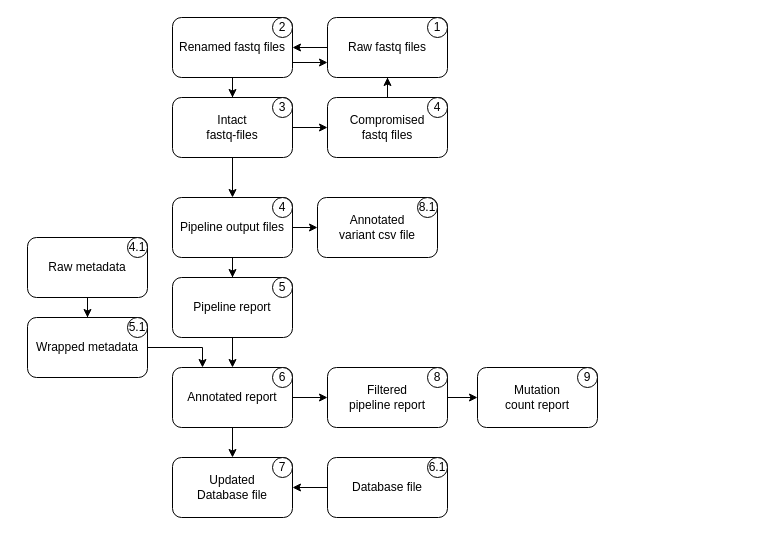
Above: subscripts/Untitled Diagram.drawio in NMRL/NMRL_SARS-CoV2_Inhouse_pipeline (draw.io), before the change. Source tidied: cells renumbered, new cells numbered last; positions are measured from the earlier drawing's top-left corner, leaving out a move shared by most shapes. Both pictures are drawn from the tidied source at 100%, with x=0, y=0 at pixel (27, 17).
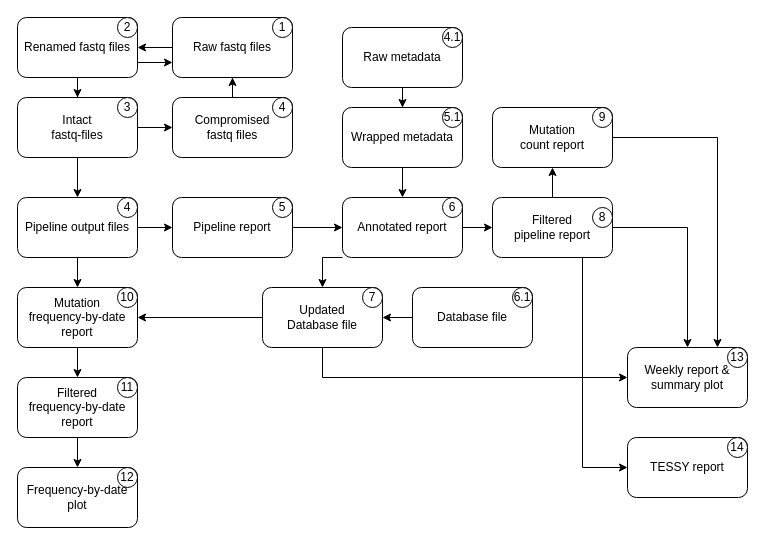
The same page after the edit.

The edit, as a diff of the source:
```diff
@@
     <mxCell id="3" value="Pipeline report" style="rounded=1;whiteSpace=wrap;html=1;" parent="1" vertex="1">
-      <mxGeometry x="145" y="260" width="120" height="60" as="geometry" />
+      <mxGeometry x="145" y="180" width="120" height="60" as="geometry" />
     </mxCell>
@@
     <mxCell id="5" value="Raw metadata" style="rounded=1;whiteSpace=wrap;html=1;" parent="1" vertex="1">
-      <mxGeometry y="220" width="120" height="60" as="geometry" />
+      <mxGeometry x="315" y="10" width="120" height="60" as="geometry" />
     </mxCell>
-    <mxCell id="6" style="edgeStyle=orthogonalEdgeStyle;rounded=0;jettySize=auto;html=1;exitX=1;exitY=0.5;exitDx=0;exitDy=0;entryX=0.25;entryY=0;entryDx=0;entryDy=0;" parent="1" edge="1" source="7" target="13">
+    <mxCell id="6" style="edgeStyle=orthogonalEdgeStyle;rounded=0;jettySize=auto;html=1;" parent="1" edge="1" source="7" target="13">
       <mxGeometry relative="1" as="geometry" />
     </mxCell>
     <mxCell id="7" value="Wrapped metadata" style="rounded=1;whiteSpace=wrap;html=1;" parent="1" vertex="1">
-      <mxGeometry y="300" width="120" height="60" as="geometry" />
+      <mxGeometry x="315" y="90" width="120" height="60" as="geometry" />
     </mxCell>
@@
-    <mxCell id="9" style="edgeStyle=orthogonalEdgeStyle;rounded=0;jettySize=auto;html=1;" parent="1" edge="1" source="10" target="43">
-      <mxGeometry relative="1" as="geometry" />
-    </mxCell>
+    <mxCell id="45" style="edgeStyle=orthogonalEdgeStyle;rounded=0;jettySize=auto;html=1;" parent="1" edge="1" source="10" target="52">
+      <mxGeometry relative="1" as="geometry" />
+    </mxCell>
     <mxCell id="10" value="Pipeline output files" style="rounded=1;whiteSpace=wrap;html=1;" parent="1" vertex="1">
-      <mxGeometry x="145" y="180" width="120" height="60" as="geometry" />
+      <mxGeometry x="-10" y="180" width="120" height="60" as="geometry" />
     </mxCell>
+    <mxCell id="12" style="edgeStyle=orthogonalEdgeStyle;rounded=0;jettySize=auto;html=1;" parent="1" edge="1" source="13" target="39">
+      <mxGeometry relative="1" as="geometry" />
+    </mxCell>
-    <mxCell id="11" style="edgeStyle=orthogonalEdgeStyle;rounded=0;jettySize=auto;html=1;" parent="1" edge="1" source="13" target="16">
+    <mxCell id="11" style="edgeStyle=orthogonalEdgeStyle;rounded=0;jettySize=auto;html=1;exitX=0;exitY=1;exitDx=0;exitDy=0;entryX=0.5;entryY=0;entryDx=0;entryDy=0;" parent="1" edge="1" source="13" target="16">
       <mxGeometry relative="1" as="geometry" />
     </mxCell>
-    <mxCell id="12" style="edgeStyle=orthogonalEdgeStyle;rounded=0;jettySize=auto;html=1;" parent="1" edge="1" source="13" target="39">
-      <mxGeometry relative="1" as="geometry" />
-    </mxCell>
     <mxCell id="13" value="Annotated report" style="whiteSpace=wrap;html=1;rounded=1;" parent="1" vertex="1">
-      <mxGeometry x="145" y="350" width="120" height="60" as="geometry" />
+      <mxGeometry x="315" y="180" width="120" height="60" as="geometry" />
     </mxCell>
-    <mxCell id="14" style="edgeStyle=orthogonalEdgeStyle;rounded=0;jettySize=auto;html=1;" parent="1" edge="1" source="15" target="16">
+    <mxCell id="14" style="edgeStyle=orthogonalEdgeStyle;rounded=0;jettySize=auto;html=1;entryX=1;entryY=0.5;entryDx=0;entryDy=0;" parent="1" edge="1" source="15" target="16">
       <mxGeometry relative="1" as="geometry" />
     </mxCell>
     <mxCell id="15" value="Database file" style="whiteSpace=wrap;html=1;rounded=1;" parent="1" vertex="1">
-      <mxGeometry x="300" y="440" width="120" height="60" as="geometry" />
+      <mxGeometry x="385" y="270" width="120" height="60" as="geometry" />
     </mxCell>
+    <mxCell id="46" style="edgeStyle=orthogonalEdgeStyle;rounded=0;jettySize=auto;html=1;entryX=1;entryY=0.5;entryDx=0;entryDy=0;" parent="1" edge="1" source="16" target="52">
+      <mxGeometry relative="1" as="geometry" />
+    </mxCell>
+    <mxCell id="47" style="edgeStyle=orthogonalEdgeStyle;rounded=0;jettySize=auto;html=1;exitX=0.5;exitY=1;exitDx=0;exitDy=0;entryX=0;entryY=0.5;entryDx=0;entryDy=0;" parent="1" edge="1" source="16" target="59">
+      <mxGeometry relative="1" as="geometry" />
+    </mxCell>
     <mxCell id="16" value="&lt;div&gt;Updated &lt;br&gt;&lt;/div&gt;&lt;div&gt;Database file&lt;/div&gt;" style="whiteSpace=wrap;html=1;rounded=1;" parent="1" vertex="1">
-      <mxGeometry x="145" y="440" width="120" height="60" as="geometry" />
+      <mxGeometry x="235" y="270" width="120" height="60" as="geometry" />
     </mxCell>
@@
     <mxCell id="19" value="Renamed fastq files" style="rounded=1;whiteSpace=wrap;html=1;" parent="1" vertex="1">
-      <mxGeometry x="145" width="120" height="60" as="geometry" />
+      <mxGeometry x="-10" width="120" height="60" as="geometry" />
     </mxCell>
@@
     <mxCell id="21" value="Raw fastq files" style="rounded=1;whiteSpace=wrap;html=1;" parent="1" vertex="1">
-      <mxGeometry x="300" width="120" height="60" as="geometry" />
+      <mxGeometry x="145" width="120" height="60" as="geometry" />
     </mxCell>
@@
     <mxCell id="24" value="Intact&lt;br&gt; fastq-files" style="rounded=1;whiteSpace=wrap;html=1;" parent="1" vertex="1">
-      <mxGeometry x="145" y="80" width="120" height="60" as="geometry" />
+      <mxGeometry x="-10" y="80" width="120" height="60" as="geometry" />
     </mxCell>
@@
     <mxCell id="26" value="&lt;div&gt;Compromised &lt;br&gt;&lt;/div&gt;&lt;div&gt;fastq files&lt;/div&gt;" style="rounded=1;whiteSpace=wrap;html=1;" parent="1" vertex="1">
-      <mxGeometry x="300" y="80" width="120" height="60" as="geometry" />
+      <mxGeometry x="145" y="80" width="120" height="60" as="geometry" />
     </mxCell>
     <mxCell id="27" value="1" style="ellipse;whiteSpace=wrap;html=1;" parent="1" vertex="1">
-      <mxGeometry x="400" width="20" height="20" as="geometry" />
+      <mxGeometry x="245" width="20" height="20" as="geometry" />
     </mxCell>
     <mxCell id="28" value="2" style="ellipse;whiteSpace=wrap;html=1;" parent="1" vertex="1">
-      <mxGeometry x="245" width="20" height="20" as="geometry" />
+      <mxGeometry x="90" width="20" height="20" as="geometry" />
     </mxCell>
     <mxCell id="29" value="4" style="ellipse;whiteSpace=wrap;html=1;" parent="1" vertex="1">
-      <mxGeometry x="400" y="80" width="20" height="20" as="geometry" />
+      <mxGeometry x="245" y="80" width="20" height="20" as="geometry" />
     </mxCell>
     <mxCell id="30" value="3" style="ellipse;whiteSpace=wrap;html=1;" parent="1" vertex="1">
-      <mxGeometry x="245" y="80" width="20" height="20" as="geometry" />
+      <mxGeometry x="90" y="80" width="20" height="20" as="geometry" />
     </mxCell>
     <mxCell id="31" value="4" style="ellipse;whiteSpace=wrap;html=1;" parent="1" vertex="1">
-      <mxGeometry x="245" y="180" width="20" height="20" as="geometry" />
+      <mxGeometry x="90" y="180" width="20" height="20" as="geometry" />
     </mxCell>
     <mxCell id="32" value="5" style="ellipse;whiteSpace=wrap;html=1;" parent="1" vertex="1">
-      <mxGeometry x="245" y="260" width="20" height="20" as="geometry" />
+      <mxGeometry x="245" y="180" width="20" height="20" as="geometry" />
     </mxCell>
     <mxCell id="33" value="6" style="ellipse;whiteSpace=wrap;html=1;" parent="1" vertex="1">
-      <mxGeometry x="245" y="350" width="20" height="20" as="geometry" />
+      <mxGeometry x="415" y="180" width="20" height="20" as="geometry" />
     </mxCell>
     <mxCell id="34" value="6.1" style="ellipse;whiteSpace=wrap;html=1;" parent="1" vertex="1">
-      <mxGeometry x="400" y="440" width="20" height="20" as="geometry" />
+      <mxGeometry x="485" y="270" width="20" height="20" as="geometry" />
     </mxCell>
     <mxCell id="35" value="&lt;div&gt;4.1&lt;/div&gt;" style="ellipse;whiteSpace=wrap;html=1;" parent="1" vertex="1">
-      <mxGeometry x="100" y="220" width="20" height="20" as="geometry" />
+      <mxGeometry x="415" y="10" width="20" height="20" as="geometry" />
     </mxCell>
     <mxCell id="36" value="5.1" style="ellipse;whiteSpace=wrap;html=1;" parent="1" vertex="1">
-      <mxGeometry x="100" y="300" width="20" height="20" as="geometry" />
+      <mxGeometry x="415" y="90" width="20" height="20" as="geometry" />
     </mxCell>
     <mxCell id="37" value="7" style="ellipse;whiteSpace=wrap;html=1;" parent="1" vertex="1">
-      <mxGeometry x="245" y="440" width="20" height="20" as="geometry" />
+      <mxGeometry x="335" y="270" width="20" height="20" as="geometry" />
     </mxCell>
@@
+    <mxCell id="48" style="edgeStyle=orthogonalEdgeStyle;rounded=0;jettySize=auto;html=1;exitX=1;exitY=0.5;exitDx=0;exitDy=0;entryX=0.5;entryY=0;entryDx=0;entryDy=0;" parent="1" edge="1" source="39" target="59">
+      <mxGeometry relative="1" as="geometry" />
+    </mxCell>
+    <mxCell id="49" style="edgeStyle=orthogonalEdgeStyle;rounded=0;jettySize=auto;html=1;exitX=0.75;exitY=1;exitDx=0;exitDy=0;entryX=0;entryY=0.5;entryDx=0;entryDy=0;" parent="1" edge="1" source="39" target="61">
+      <mxGeometry relative="1" as="geometry" />
+    </mxCell>
     <mxCell id="39" value="&lt;div&gt;Filtered&lt;/div&gt;&lt;div&gt;pipeline report&lt;br&gt;&lt;/div&gt;" style="rounded=1;whiteSpace=wrap;html=1;" parent="1" vertex="1">
-      <mxGeometry x="300" y="350" width="120" height="60" as="geometry" />
+      <mxGeometry x="465" y="180" width="120" height="60" as="geometry" />
     </mxCell>
     <mxCell id="40" value="8" style="ellipse;whiteSpace=wrap;html=1;" parent="1" vertex="1">
-      <mxGeometry x="400" y="350" width="20" height="20" as="geometry" />
+      <mxGeometry x="565" y="190" width="20" height="20" as="geometry" />
     </mxCell>
+    <mxCell id="50" style="edgeStyle=orthogonalEdgeStyle;rounded=0;jettySize=auto;html=1;exitX=1;exitY=0.5;exitDx=0;exitDy=0;entryX=0.75;entryY=0;entryDx=0;entryDy=0;" parent="1" edge="1" source="41" target="59">
+      <mxGeometry relative="1" as="geometry" />
+    </mxCell>
     <mxCell id="41" value="Mutation&lt;br&gt;count report" style="rounded=1;whiteSpace=wrap;html=1;" parent="1" vertex="1">
-      <mxGeometry x="450" y="350" width="120" height="60" as="geometry" />
+      <mxGeometry x="465" y="90" width="120" height="60" as="geometry" />
     </mxCell>
     <mxCell id="42" value="9" style="ellipse;whiteSpace=wrap;html=1;" parent="1" vertex="1">
-      <mxGeometry x="550" y="350" width="20" height="20" as="geometry" />
+      <mxGeometry x="565" y="90" width="20" height="20" as="geometry" />
     </mxCell>
-    <mxCell id="43" value="&lt;div&gt;Annotated &lt;br&gt;variant csv file&lt;br&gt;&lt;/div&gt;" style="whiteSpace=wrap;html=1;rounded=1;" parent="1" vertex="1">
-      <mxGeometry x="290" y="180" width="120" height="60" as="geometry" />
-    </mxCell>
-    <mxCell id="44" value="8.1" style="ellipse;whiteSpace=wrap;html=1;" parent="1" vertex="1">
-      <mxGeometry x="390" y="180" width="20" height="20" as="geometry" />
-    </mxCell>
+    <mxCell id="51" style="edgeStyle=orthogonalEdgeStyle;rounded=0;jettySize=auto;html=1;" parent="1" edge="1" source="52" target="55">
+      <mxGeometry relative="1" as="geometry" />
+    </mxCell>
+    <mxCell id="52" value="&lt;div&gt;Mutation&lt;/div&gt;&lt;div&gt;frequency-by-date&lt;/div&gt;&lt;div&gt;report&lt;br&gt;&lt;/div&gt;" style="whiteSpace=wrap;html=1;rounded=1;" parent="1" vertex="1">
+      <mxGeometry x="-10" y="270" width="120" height="60" as="geometry" />
+    </mxCell>
+    <mxCell id="53" value="&lt;div&gt;10&lt;/div&gt;" style="ellipse;whiteSpace=wrap;html=1;" parent="1" vertex="1">
+      <mxGeometry x="90" y="270" width="20" height="20" as="geometry" />
+    </mxCell>
+    <mxCell id="54" style="edgeStyle=orthogonalEdgeStyle;rounded=0;jettySize=auto;html=1;" parent="1" edge="1" source="55" target="57">
+      <mxGeometry relative="1" as="geometry" />
+    </mxCell>
+    <mxCell id="55" value="&lt;div&gt;Filtered&lt;br&gt;&lt;/div&gt;&lt;div&gt;frequency-by-date&lt;/div&gt;&lt;div&gt;report&lt;br&gt;&lt;/div&gt;" style="whiteSpace=wrap;html=1;rounded=1;" parent="1" vertex="1">
+      <mxGeometry x="-10" y="360" width="120" height="60" as="geometry" />
+    </mxCell>
+    <mxCell id="56" value="11" style="ellipse;whiteSpace=wrap;html=1;" parent="1" vertex="1">
+      <mxGeometry x="90" y="360" width="20" height="20" as="geometry" />
+    </mxCell>
+    <mxCell id="57" value="Frequency-by-date plot" style="whiteSpace=wrap;html=1;rounded=1;" parent="1" vertex="1">
+      <mxGeometry x="-10" y="450" width="120" height="60" as="geometry" />
+    </mxCell>
+    <mxCell id="58" value="12" style="ellipse;whiteSpace=wrap;html=1;" parent="1" vertex="1">
+      <mxGeometry x="90" y="450" width="20" height="20" as="geometry" />
+    </mxCell>
+    <mxCell id="59" value="Weekly report &amp;amp; summary plot" style="rounded=1;whiteSpace=wrap;html=1;" parent="1" vertex="1">
+      <mxGeometry x="600" y="330" width="120" height="60" as="geometry" />
+    </mxCell>
+    <mxCell id="60" value="13" style="ellipse;whiteSpace=wrap;html=1;" parent="1" vertex="1">
+      <mxGeometry x="700" y="330" width="20" height="20" as="geometry" />
+    </mxCell>
+    <mxCell id="61" value="TESSY report" style="rounded=1;whiteSpace=wrap;html=1;" parent="1" vertex="1">
+      <mxGeometry x="600" y="420" width="120" height="60" as="geometry" />
+    </mxCell>
+    <mxCell id="62" value="14" style="ellipse;whiteSpace=wrap;html=1;" parent="1" vertex="1">
+      <mxGeometry x="700" y="420" width="20" height="20" as="geometry" />
+    </mxCell>
```
